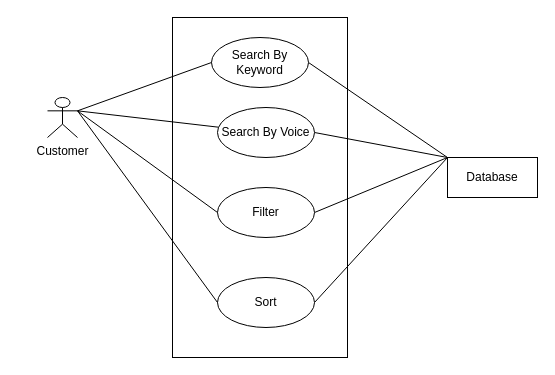
The draw.io diagram Software-Requirement-Specification/Use-Case-Diagrams/Level-1.5.drawio in fiercePanda007/SPL2-EcommerceWebApp, before the edit. Source tidied: cells renumbered, new cells numbered last; positions are measured from the earlier drawing's top-left corner, leaving out a move shared by most shapes. Both pictures are drawn from the tidied source at 100%, with x=0, y=0 at pixel (47, 17).
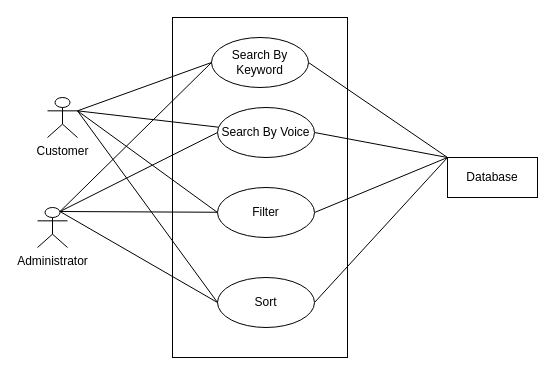
After the change.

The change refers to these unchanged cells:
```xml
<mxCell id="4" value="Search By Keyword" style="ellipse;whiteSpace=wrap;html=1;" parent="1" vertex="1">
  <mxGeometry x="164" y="20" width="97" height="50" as="geometry" />
</mxCell>
<mxCell id="6" value="Search By Voice" style="ellipse;whiteSpace=wrap;html=1;" parent="1" vertex="1">
  <mxGeometry x="170" y="90" width="97" height="50" as="geometry" />
</mxCell>
<mxCell id="8" value="Filter" style="ellipse;whiteSpace=wrap;html=1;" parent="1" vertex="1">
  <mxGeometry x="170" y="170" width="97" height="50" as="geometry" />
</mxCell>
<mxCell id="10" value="Sort" style="ellipse;whiteSpace=wrap;html=1;" parent="1" vertex="1">
  <mxGeometry x="170" y="260" width="97" height="50" as="geometry" />
</mxCell>
```

Change to the diagram source:
```diff
@@
+    <mxCell id="17" style="edgeStyle=none;html=1;exitX=0.75;exitY=0.1;exitDx=0;exitDy=0;exitPerimeter=0;entryX=0;entryY=0.5;entryDx=0;entryDy=0;endArrow=none;endFill=0;" parent="1" edge="1" source="21" target="4">
+      <mxGeometry relative="1" as="geometry" />
+    </mxCell>
+    <mxCell id="18" style="edgeStyle=none;html=1;exitX=0.75;exitY=0.1;exitDx=0;exitDy=0;exitPerimeter=0;entryX=0;entryY=0.5;entryDx=0;entryDy=0;endArrow=none;endFill=0;" parent="1" edge="1" source="21" target="6">
+      <mxGeometry relative="1" as="geometry" />
+    </mxCell>
+    <mxCell id="19" style="edgeStyle=none;html=1;exitX=0.75;exitY=0.1;exitDx=0;exitDy=0;exitPerimeter=0;endArrow=none;endFill=0;" parent="1" edge="1" source="21" target="8">
+      <mxGeometry relative="1" as="geometry" />
+    </mxCell>
+    <mxCell id="20" style="edgeStyle=none;html=1;exitX=0.75;exitY=0.1;exitDx=0;exitDy=0;exitPerimeter=0;entryX=0;entryY=0.5;entryDx=0;entryDy=0;endArrow=none;endFill=0;" parent="1" edge="1" source="21" target="10">
+      <mxGeometry relative="1" as="geometry" />
+    </mxCell>
+    <mxCell id="21" value="Administrator" style="shape=umlActor;verticalLabelPosition=bottom;verticalAlign=top;html=1;outlineConnect=0;" parent="1" vertex="1">
+      <mxGeometry x="-10" y="190" width="30" height="40" as="geometry" />
+    </mxCell>
```
